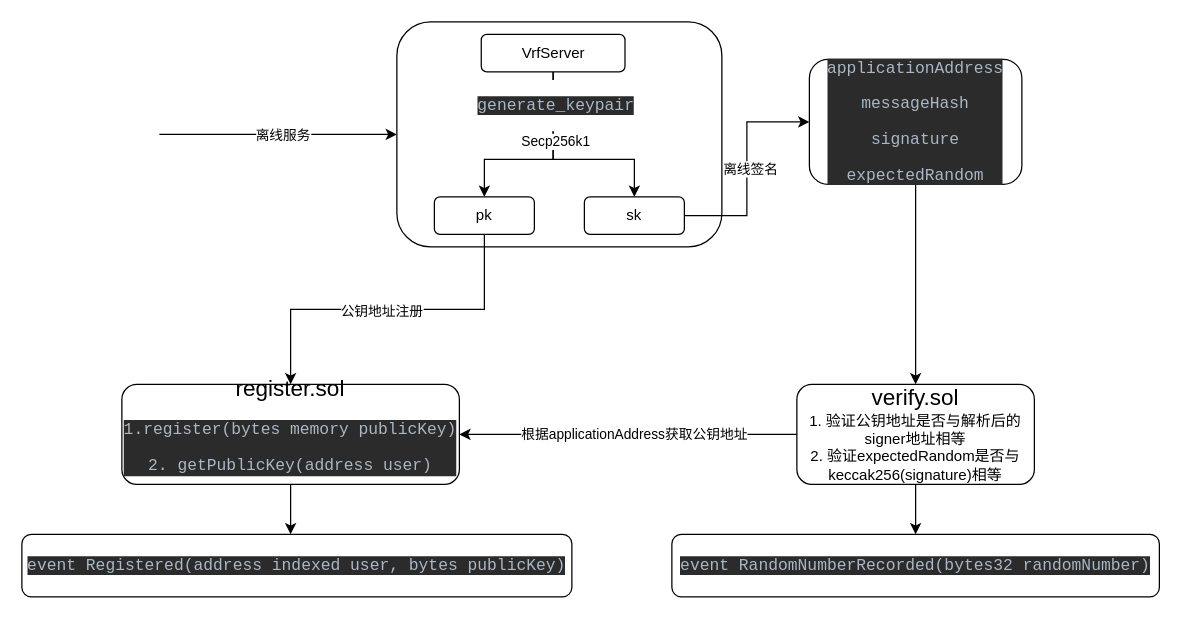
chixiaowen/drawio keeps this draw.io diagram as vrf.drawio. Above is the earlier version. Source tidied: cells renumbered, new cells numbered last; positions are measured from the earlier drawing's top-left corner, leaving out a move shared by most shapes. Both pictures are drawn from the tidied source at 125%, with x=0, y=0 at pixel (21, 21).
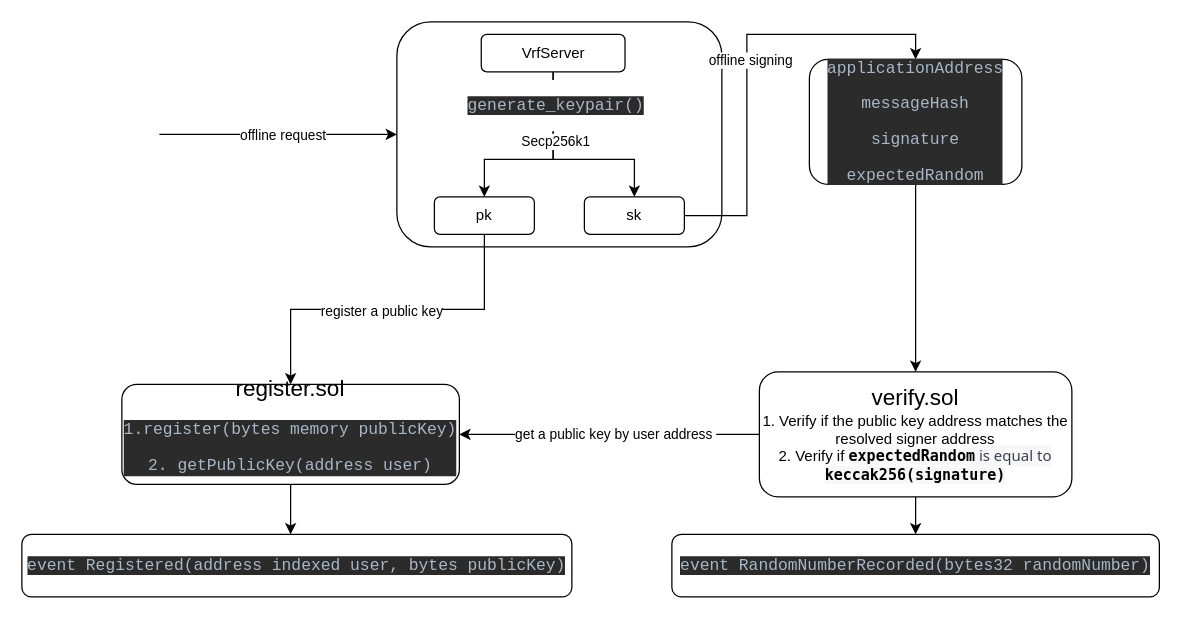
The same page after the edit.

The change refers to these unchanged cells:
```xml
<mxCell id="3" style="edgeStyle=orthogonalEdgeStyle;rounded=0;jettySize=auto;html=1;entryX=1;entryY=0.5;entryDx=0;entryDy=0;exitX=0;exitY=0.5;exitDx=0;exitDy=0;" parent="1" edge="1" source="7" target="5">
  <mxGeometry relative="1" as="geometry" />
</mxCell>
<mxCell id="10" style="edgeStyle=orthogonalEdgeStyle;rounded=0;jettySize=auto;html=1;" parent="1" edge="1" source="13" target="19">
  <mxGeometry relative="1" as="geometry">
    <Array as="points">
      <mxPoint x="425" y="110" />
      <mxPoint x="490" y="110" />
    </Array>
  </mxGeometry>
</mxCell>
<mxCell id="14" style="edgeStyle=orthogonalEdgeStyle;rounded=0;jettySize=auto;html=1;entryX=0.5;entryY=0;entryDx=0;entryDy=0;" parent="1" edge="1" source="16" target="5">
  <mxGeometry relative="1" as="geometry" />
</mxCell>
<mxCell id="19" value="sk" style="rounded=1;whiteSpace=wrap;html=1;" parent="1" vertex="1">
  <mxGeometry x="450" y="140" width="80" height="30" as="geometry" />
</mxCell>
<mxCell id="20" style="endArrow=classic;html=1;rounded=0;entryX=0;entryY=0.5;entryDx=0;entryDy=0;" parent="1" edge="1" target="8">
  <mxGeometry relative="1" as="geometry">
    <mxPoint x="110" y="90" as="sourcePoint" />
  </mxGeometry>
</mxCell>
<mxCell id="23" value="&lt;div style=&quot;background-color:#2b2b2b;color:#a9b7c6&quot;&gt;&lt;pre style=&quot;font-family:'JetBrains Mono',monospace;font-size:9.8pt;&quot;&gt;&lt;div&gt;&lt;pre style=&quot;font-family:'JetBrains Mono',monospace;font-size:9.8pt;&quot;&gt;applicationAddress&lt;/pre&gt;&lt;/div&gt;&lt;/pre&gt;&lt;pre style=&quot;font-family:'JetBrains Mono',monospace;font-size:9.8pt;&quot;&gt;messageHash&lt;/pre&gt;&lt;pre style=&quot;font-family:'JetBrains Mono',monospace;font-size:9.8pt;&quot;&gt;&lt;div&gt;&lt;pre style=&quot;font-family:'JetBrains Mono',monospace;font-size:9.8pt;&quot;&gt;signature&lt;/pre&gt;&lt;pre style=&quot;font-family:'JetBrains Mono',monospace;font-size:9.8pt;&quot;&gt;&lt;div&gt;&lt;pre style=&quot;font-family:'JetBrains Mono',monospace;font-size:9.8pt;&quot;&gt;expectedRandom&lt;/pre&gt;&lt;/div&gt;&lt;/pre&gt;&lt;/div&gt;&lt;/pre&gt;&lt;/div&gt;" style="rounded=1;whiteSpace=wrap;html=1;" parent="1" vertex="1">
  <mxGeometry x="630" y="30" width="170" height="100" as="geometry" />
</mxCell>
```

Diff of the diagram source:
```diff
@@
-    <mxCell id="4" value="根据applicationAddress获取公钥地址" style="edgeLabel;html=1;align=center;verticalAlign=middle;" parent="3" vertex="1">
+    <mxCell id="4" value="get a public key by user address&amp;nbsp;" style="edgeLabel;html=1;align=center;verticalAlign=middle;" parent="3" vertex="1">
       <mxGeometry x="-0.03" y="-1" relative="1" as="geometry" />
     </mxCell>
@@
-    <mxCell id="7" value="&lt;font style=&quot;font-size: 18px;&quot;&gt;verify.sol&lt;/font&gt;&lt;br&gt;1. 验证公钥地址是否与解析后的signer地址相等&lt;br&gt;2. 验证expectedRandom是否与keccak256(signature)相等" style="rounded=1;whiteSpace=wrap;html=1;" parent="1" vertex="1">
-      <mxGeometry x="620" y="290" width="190" height="80" as="geometry" />
+    <mxCell id="7" value="&lt;font style=&quot;font-size: 18px;&quot;&gt;verify.sol&lt;/font&gt;&lt;br&gt;&lt;font style=&quot;font-size: 12px;&quot;&gt;1.&amp;nbsp;Verify if the public key address matches the resolved signer address&lt;br&gt;2.&amp;nbsp;Verify if &lt;code style=&quot;border: 0px solid rgb(217, 217, 227); box-sizing: border-box; --tw-border-spacing-x: 0; --tw-border-spacing-y: 0; --tw-translate-x: 0; --tw-translate-y: 0; --tw-rotate: 0; --tw-skew-x: 0; --tw-skew-y: 0; --tw-scale-x: 1; --tw-scale-y: 1; --tw-pan-x: ; --tw-pan-y: ; --tw-pinch-zoom: ; --tw-scroll-snap-strictness: proximity; --tw-gradient-from-position: ; --tw-gradient-via-position: ; --tw-gradient-to-position: ; --tw-ordinal: ; --tw-slashed-zero: ; --tw-numeric-figure: ; --tw-numeric-spacing: ; --tw-numeric-fraction: ; --tw-ring-inset: ; --tw-ring-offset-width: 0px; --tw-ring-offset-color: #fff; --tw-ring-color: rgba(69,89,164,.5); --tw-ring-offset-shadow: 0 0 transparent; --tw-ring-shadow: 0 0 transparent; --tw-shadow: 0 0 transparent; --tw-shadow-colored: 0 0 transparent; --tw-blur: ; --tw-brightness: ; --tw-contrast: ; --tw-grayscale: ; --tw-hue-rotate: ; --tw-invert: ; --tw-saturate: ; --tw-sepia: ; --tw-drop-shadow: ; --tw-backdrop-blur: ; --tw-backdrop-brightness: ; --tw-backdrop-contrast: ; --tw-backdrop-grayscale: ; --tw-backdrop-hue-rotate: ; --tw-backdrop-invert: ; --tw-backdrop-opacity: ; --tw-backdrop-saturate: ; --tw-backdrop-sepia: ; color: var(--tw-prose-code); font-weight: 600; text-align: start; background-color: rgb(247, 247, 248); font-family: &amp;quot;Söhne Mono&amp;quot;, Monaco, &amp;quot;Andale Mono&amp;quot;, &amp;quot;Ubuntu Mono&amp;quot;, monospace !important;&quot;&gt;expectedRandom&lt;/code&gt;&lt;span style=&quot;color: rgb(55, 65, 81); font-family: Söhne, ui-sans-serif, system-ui, -apple-system, &amp;quot;Segoe UI&amp;quot;, Roboto, Ubuntu, Cantarell, &amp;quot;Noto Sans&amp;quot;, sans-serif, &amp;quot;Helvetica Neue&amp;quot;, Arial, &amp;quot;Apple Color Emoji&amp;quot;, &amp;quot;Segoe UI Emoji&amp;quot;, &amp;quot;Segoe UI Symbol&amp;quot;, &amp;quot;Noto Color Emoji&amp;quot;; text-align: start; background-color: rgb(247, 247, 248);&quot;&gt; is equal to &lt;/span&gt;&lt;code style=&quot;border: 0px solid rgb(217, 217, 227); box-sizing: border-box; --tw-border-spacing-x: 0; --tw-border-spacing-y: 0; --tw-translate-x: 0; --tw-translate-y: 0; --tw-rotate: 0; --tw-skew-x: 0; --tw-skew-y: 0; --tw-scale-x: 1; --tw-scale-y: 1; --tw-pan-x: ; --tw-pan-y: ; --tw-pinch-zoom: ; --tw-scroll-snap-strictness: proximity; --tw-gradient-from-position: ; --tw-gradient-via-position: ; --tw-gradient-to-position: ; --tw-ordinal: ; --tw-slashed-zero: ; --tw-numeric-figure: ; --tw-numeric-spacing: ; --tw-numeric-fraction: ; --tw-ring-inset: ; --tw-ring-offset-width: 0px; --tw-ring-offset-color: #fff; --tw-ring-color: rgba(69,89,164,.5); --tw-ring-offset-shadow: 0 0 transparent; --tw-ring-shadow: 0 0 transparent; --tw-shadow: 0 0 transparent; --tw-shadow-colored: 0 0 transparent; --tw-blur: ; --tw-brightness: ; --tw-contrast: ; --tw-grayscale: ; --tw-hue-rotate: ; --tw-invert: ; --tw-saturate: ; --tw-sepia: ; --tw-drop-shadow: ; --tw-backdrop-blur: ; --tw-backdrop-brightness: ; --tw-backdrop-contrast: ; --tw-backdrop-grayscale: ; --tw-backdrop-hue-rotate: ; --tw-backdrop-invert: ; --tw-backdrop-opacity: ; --tw-backdrop-saturate: ; --tw-backdrop-sepia: ; color: var(--tw-prose-code); font-weight: 600; text-align: start; background-color: rgb(247, 247, 248); font-family: &amp;quot;Söhne Mono&amp;quot;, Monaco, &amp;quot;Andale Mono&amp;quot;, &amp;quot;Ubuntu Mono&amp;quot;, monospace !important;&quot;&gt;keccak256(signature)&lt;/code&gt;&lt;/font&gt;" style="rounded=1;whiteSpace=wrap;html=1;" parent="1" vertex="1">
+      <mxGeometry x="590" y="280" width="250" height="100" as="geometry" />
     </mxCell>
@@
-    <mxCell id="11" value="&lt;div style=&quot;background-color:#2b2b2b;color:#a9b7c6&quot;&gt;&lt;pre style=&quot;font-family:'JetBrains Mono',monospace;font-size:9.8pt;&quot;&gt;generate_keypair&lt;/pre&gt;&lt;/div&gt;" style="edgeLabel;html=1;align=center;verticalAlign=middle;" parent="10" vertex="1">
+    <mxCell id="11" value="&lt;div style=&quot;background-color:#2b2b2b;color:#a9b7c6&quot;&gt;&lt;pre style=&quot;font-family:'JetBrains Mono',monospace;font-size:9.8pt;&quot;&gt;generate_keypair()&lt;/pre&gt;&lt;/div&gt;" style="edgeLabel;html=1;align=center;verticalAlign=middle;" parent="10" vertex="1">
       <mxGeometry x="-0.68" y="1" relative="1" as="geometry" />
     </mxCell>
@@
-    <mxCell id="15" value="公钥地址注册" style="edgeLabel;html=1;align=center;verticalAlign=middle;" parent="14" vertex="1">
+    <mxCell id="15" value="register a public key" style="edgeLabel;html=1;align=center;verticalAlign=middle;" parent="14" vertex="1">
       <mxGeometry x="0.04" y="1" relative="1" as="geometry" />
     </mxCell>
@@
-    <mxCell id="17" style="edgeStyle=orthogonalEdgeStyle;rounded=0;jettySize=auto;html=1;entryX=0;entryY=0.5;entryDx=0;entryDy=0;" parent="1" edge="1" source="19" target="23">
+    <mxCell id="17" style="edgeStyle=orthogonalEdgeStyle;rounded=0;jettySize=auto;html=1;entryX=0.5;entryY=0;entryDx=0;entryDy=0;" parent="1" edge="1" source="19" target="23">
       <mxGeometry relative="1" as="geometry" />
     </mxCell>
-    <mxCell id="18" value="离线签名" style="edgeLabel;html=1;align=center;verticalAlign=middle;" parent="17" vertex="1">
+    <mxCell id="18" value="offline signing" style="edgeLabel;html=1;align=center;verticalAlign=middle;" parent="17" vertex="1">
       <mxGeometry y="-2" relative="1" as="geometry" />
     </mxCell>
@@
-    <mxCell id="21" value="离线服务" style="edgeLabel;html=1;align=center;verticalAlign=middle;" parent="20" vertex="1">
+    <mxCell id="21" value="offline request" style="edgeLabel;html=1;align=center;verticalAlign=middle;" parent="20" vertex="1">
       <mxGeometry x="0.03" relative="1" as="geometry" />
     </mxCell>
```
